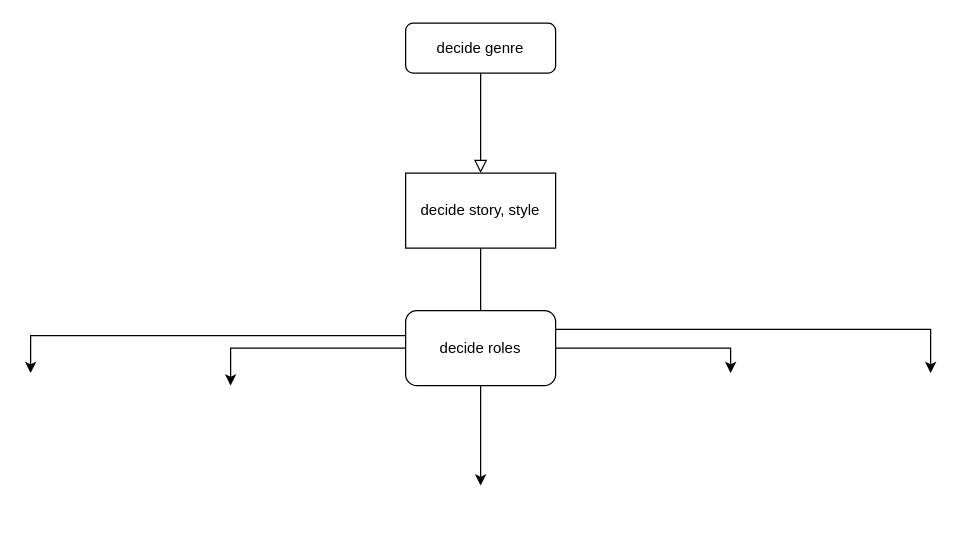
Above: Untitled Diagram.drawio in bottack/CN-text-game (draw.io), before the change. Source tidied: cells renumbered, new cells numbered last; positions are measured from the earlier drawing's top-left corner, leaving out a move shared by most shapes. Both pictures are drawn from the tidied source at 125%, with x=0, y=0 at pixel (30, 22).
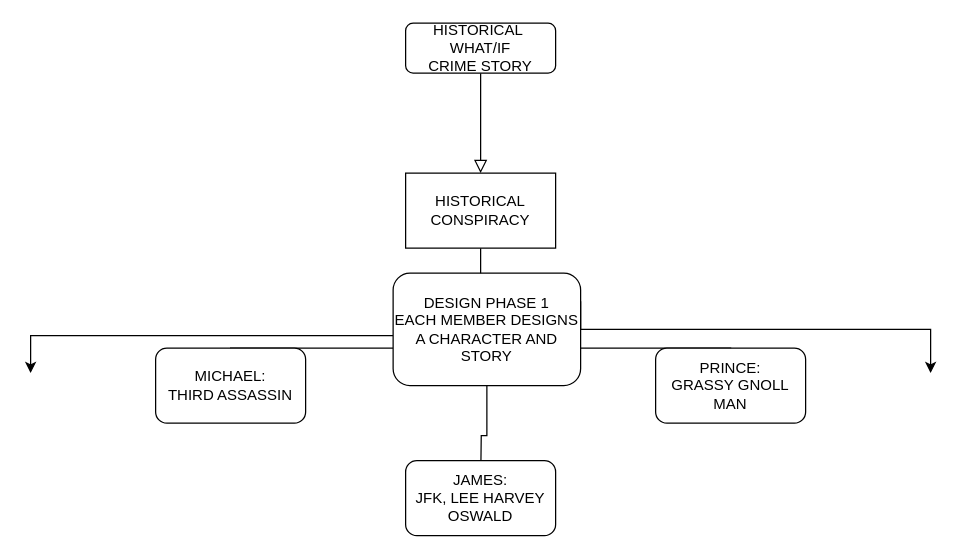
After the change.

What changed in the source:
```diff
@@
-    <mxCell id="3" value="decide genre" style="rounded=1;whiteSpace=wrap;html=1;fontSize=12;glass=0;strokeWidth=1;shadow=0;" parent="1" vertex="1">
+    <mxCell id="3" value="HISTORICAL&amp;nbsp;&lt;br&gt;WHAT/IF&lt;br&gt;CRIME STORY" style="rounded=1;whiteSpace=wrap;html=1;fontSize=12;glass=0;strokeWidth=1;shadow=0;" parent="1" vertex="1">
       <mxGeometry x="300" width="120" height="40" as="geometry" />
     </mxCell>
@@
-    <mxCell id="5" value="decide story, style" style="rounded=0;whiteSpace=wrap;html=1;" parent="1" vertex="1">
+    <mxCell id="5" value="HISTORICAL CONSPIRACY" style="rounded=0;whiteSpace=wrap;html=1;" parent="1" vertex="1">
       <mxGeometry x="300" y="120" width="120" height="60" as="geometry" />
     </mxCell>
@@
-    <mxCell id="11" value="decide roles" style="rounded=1;whiteSpace=wrap;html=1;" parent="1" vertex="1">
-      <mxGeometry x="300" y="230" width="120" height="60" as="geometry" />
+    <mxCell id="11" value="DESIGN PHASE 1&lt;br&gt;EACH MEMBER DESIGNS A CHARACTER AND STORY" style="rounded=1;whiteSpace=wrap;html=1;" parent="1" vertex="1">
+      <mxGeometry x="290" y="200" width="150" height="90" as="geometry" />
     </mxCell>
+    <mxCell id="12" value="MICHAEL:&lt;br&gt;THIRD ASSASSIN" style="rounded=1;whiteSpace=wrap;html=1;" parent="1" vertex="1">
+      <mxGeometry x="100" y="260" width="120" height="60" as="geometry" />
+    </mxCell>
+    <mxCell id="13" value="PRINCE:&lt;br&gt;GRASSY GNOLL MAN" style="rounded=1;whiteSpace=wrap;html=1;" parent="1" vertex="1">
+      <mxGeometry x="500" y="260" width="120" height="60" as="geometry" />
+    </mxCell>
+    <mxCell id="14" value="JAMES:&lt;br&gt;JFK, LEE HARVEY OSWALD&lt;br&gt;" style="rounded=1;whiteSpace=wrap;html=1;" parent="1" vertex="1">
+      <mxGeometry x="300" y="350" width="120" height="60" as="geometry" />
+    </mxCell>
```
